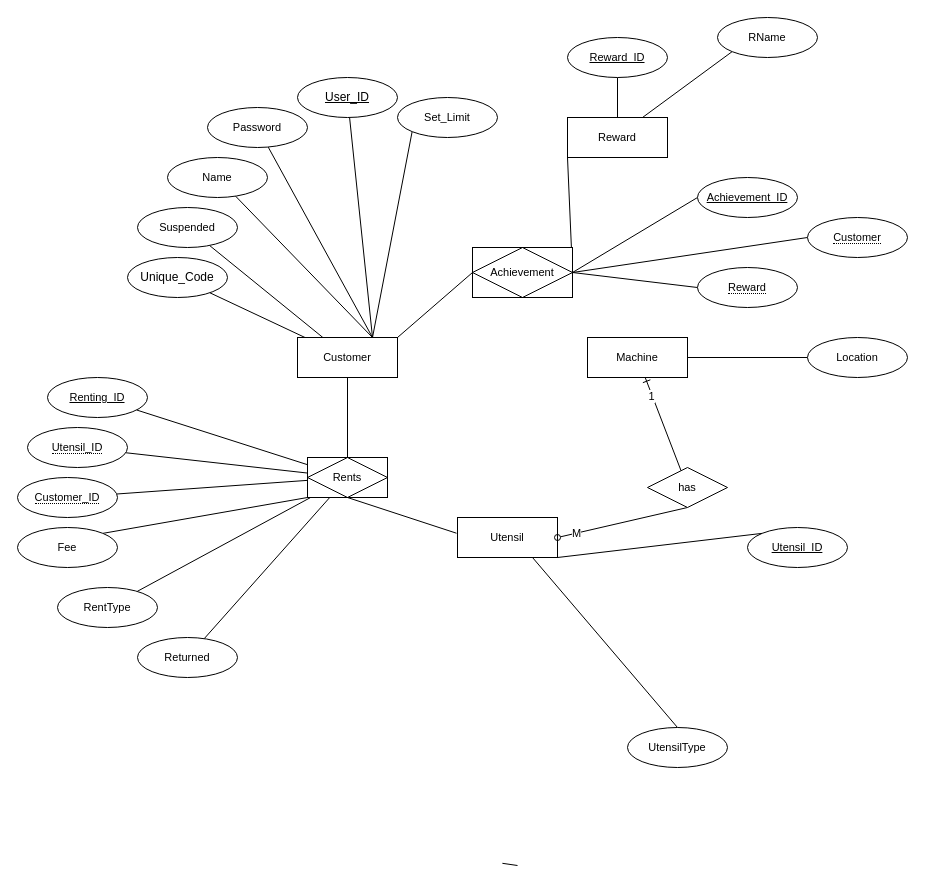
Before: page "Page-1" (1 of 3) of ERD.drawio in tp12356twNccu/OOP_1122_finalProject_Group12, a draw.io diagram. Source tidied: cells renumbered, new cells numbered last; positions are measured from the earlier drawing's top-left corner, leaving out a move shared by most shapes. Both pictures are drawn from the tidied source at 100%, with x=0, y=0 at pixel (17, 17).
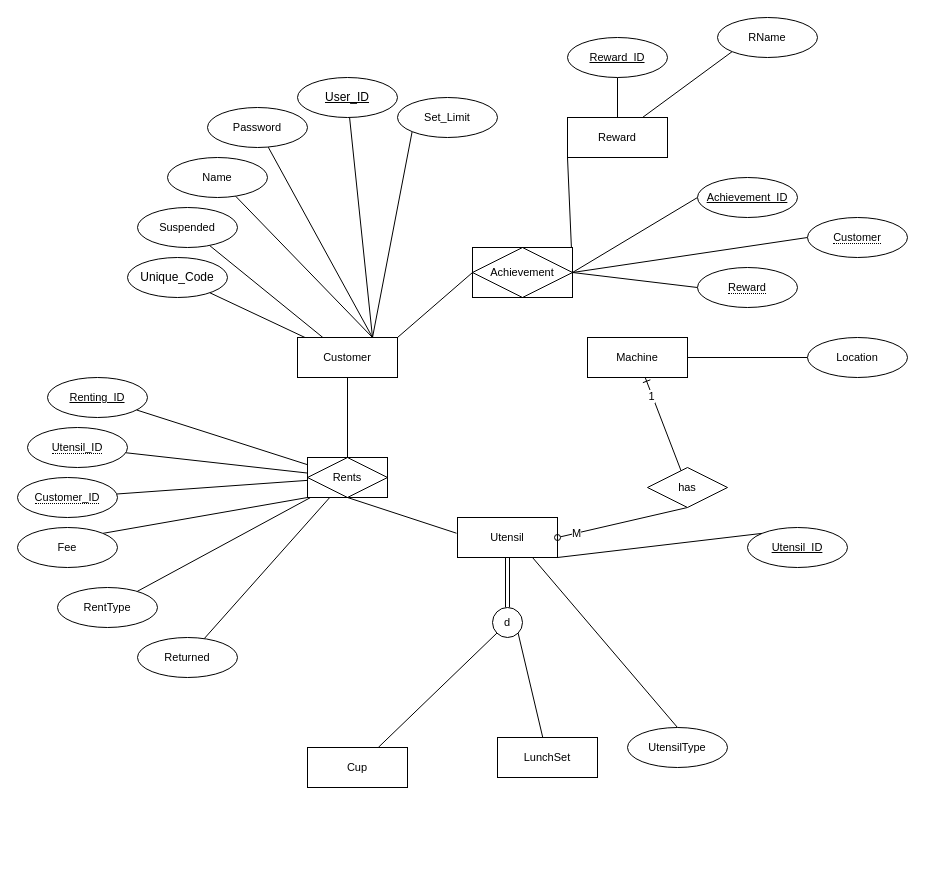
The same diagram, later.

Unchanged cells that the change refers to:
```xml
<mxCell id="12" value="Utensil" style="whiteSpace=wrap;html=1;align=center;fontFamily=Helvetica;fontSize=11;fontColor=default;labelBackgroundColor=default;" parent="1" vertex="1">
  <mxGeometry x="440" y="500" width="100" height="40" as="geometry" />
</mxCell>
```

Diff of the diagram source:
```diff
@@
+    <mxCell id="58" style="rounded=0;jettySize=auto;html=1;endArrow=none;endFill=0;shape=link;" parent="1" edge="1" source="12" target="61">
+      <mxGeometry relative="1" as="geometry" />
+    </mxCell>
@@
-    <mxCell id="57" style="edgeStyle=none;rounded=0;orthogonalLoop=1;jettySize=auto;html=1;exitX=0;exitY=0;exitDx=0;exitDy=0;strokeColor=default;align=center;verticalAlign=middle;fontFamily=Helvetica;fontSize=11;fontColor=default;labelBackgroundColor=default;endArrow=none;endFill=0;" parent="1" edge="1">
-      <mxGeometry relative="1" as="geometry">
-        <mxPoint x="484.9" y="845.8" as="sourcePoint" />
-        <mxPoint x="500" y="848" as="targetPoint" />
-      </mxGeometry>
-    </mxCell>
+    <mxCell id="59" style="rounded=0;jettySize=auto;html=1;exitX=0;exitY=1;exitDx=0;exitDy=0;endArrow=none;endFill=0;" parent="1" edge="1" source="61" target="62">
+      <mxGeometry relative="1" as="geometry" />
+    </mxCell>
+    <mxCell id="60" style="edgeStyle=none;rounded=0;jettySize=auto;html=1;exitX=1;exitY=1;exitDx=0;exitDy=0;strokeColor=default;align=center;verticalAlign=middle;fontFamily=Helvetica;fontSize=11;fontColor=default;labelBackgroundColor=default;endArrow=none;endFill=0;" parent="1" edge="1" source="61" target="63">
+      <mxGeometry relative="1" as="geometry" />
+    </mxCell>
+    <mxCell id="61" value="d" style="ellipse;whiteSpace=wrap;html=1;fontSize=11;labelBackgroundColor=default;" parent="1" vertex="1">
+      <mxGeometry x="475" y="590" width="30" height="30" as="geometry" />
+    </mxCell>
+    <mxCell id="62" value="Cup" style="whiteSpace=wrap;html=1;align=center;fontFamily=Helvetica;fontSize=11;fontColor=default;labelBackgroundColor=default;" parent="1" vertex="1">
+      <mxGeometry x="290" y="730" width="100" height="40" as="geometry" />
+    </mxCell>
+    <mxCell id="63" value="LunchSet" style="whiteSpace=wrap;html=1;align=center;fontFamily=Helvetica;fontSize=11;fontColor=default;labelBackgroundColor=default;" parent="1" vertex="1">
+      <mxGeometry x="480" y="720" width="100" height="40" as="geometry" />
+    </mxCell>
```
